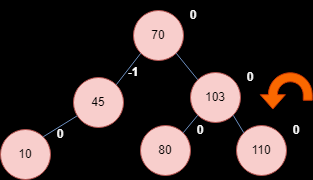
Earlier version of the draw.io export arbolBin.png (AnaTuPatrona/pepito). Source tidied: cells renumbered, new cells last; positions are measured from the earlier drawing's top-left corner, leaving out a move shared by most shapes.
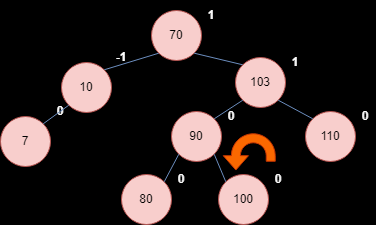
Later version of the same file.

Change to the diagram source:
```diff
@@ -6,7 +6,7 @@
       <mxGeometry relative="1" as="geometry" />
     </mxCell>
     <mxCell id="3" style="group;" parent="1" vertex="1">
-      <mxGeometry x="140" y="115" width="70" height="60" as="geometry" />
+      <mxGeometry x="103" y="164" width="70" height="60" as="geometry" />
     </mxCell>
     <mxCell id="4" value="80" style="ellipse;whiteSpace=wrap;html=1;fillColor=#f8cecc;strokeColor=#b85450;" parent="3" vertex="1">
       <mxGeometry y="10" width="50" height="50" as="geometry" />
@@ -15,9 +15,9 @@
       <mxGeometry x="50" width="20" height="30" as="geometry" />
     </mxCell>
     <mxCell id="6" style="group;" parent="1" vertex="1">
-      <mxGeometry x="73" y="57" width="70" height="70" as="geometry" />
+      <mxGeometry x="43" y="42" width="70" height="70" as="geometry" />
     </mxCell>
-    <mxCell id="7" value="45" style="ellipse;whiteSpace=wrap;html=1;fillColor=#f8cecc;strokeColor=#b85450;" parent="6" vertex="1">
+    <mxCell id="7" value="10" style="ellipse;whiteSpace=wrap;html=1;fillColor=#f8cecc;strokeColor=#b85450;" parent="6" vertex="1">
       <mxGeometry y="20" width="50" height="50" as="geometry" />
     </mxCell>
     <mxCell id="8" value="-1" style="text;html=1;align=center;verticalAlign=middle;whiteSpace=wrap;rounded=0;fontFamily=Helvetica;fontSize=12;fontColor=#FFFFFF;glass=0;shadow=0;dashed=1;dashPattern=8 8;strokeColor=none;fontStyle=1;" parent="6" vertex="1">
@@ -29,44 +29,32 @@
     <mxCell id="10" value="70" style="ellipse;whiteSpace=wrap;html=1;fillColor=#f8cecc;strokeColor=#b85450;" parent="9" vertex="1">
       <mxGeometry y="10" width="50" height="50" as="geometry" />
     </mxCell>
-    <mxCell id="11" value="0" style="text;html=1;align=center;verticalAlign=middle;whiteSpace=wrap;rounded=0;fontFamily=Helvetica;fontSize=12;glass=0;shadow=0;dashed=1;dashPattern=8 8;fontStyle=1;fontColor=#FAFAFA;" parent="9" vertex="1">
+    <mxCell id="11" value="1" style="text;html=1;align=center;verticalAlign=middle;whiteSpace=wrap;rounded=0;fontFamily=Helvetica;fontSize=12;glass=0;shadow=0;dashed=1;dashPattern=8 8;fontStyle=1;fontColor=#FAFAFA;" parent="9" vertex="1">
       <mxGeometry x="50" width="20" height="30" as="geometry" />
     </mxCell>
     <mxCell id="12" style="endArrow=none;html=1;rounded=0;fontFamily=Helvetica;fontSize=12;fontColor=default;exitX=1;exitY=1;exitDx=0;exitDy=0;fillColor=#dae8fc;strokeColor=#6c8ebf;entryX=0;entryY=0;entryDx=0;entryDy=0;" parent="1" edge="1" source="10" target="16">
       <mxGeometry relative="1" as="geometry" />
     </mxCell>
     <mxCell id="13" style="html=1;shadow=0;dashed=0;align=center;verticalAlign=middle;shape=mxgraph.arrows2.uTurnArrow;dy=4.5;arrowHead=25.23;dx2=14.37;strokeColor=#C73500;fontFamily=Helvetica;fontSize=12;fontColor=#000000;fillColor=#fa6800;rotation=90;flipH=0;flipV=1;" parent="1" vertex="1">
-      <mxGeometry x="272" y="60" width="27.5" height="52" as="geometry" />
+      <mxGeometry x="217" y="121" width="27.5" height="52" as="geometry" />
     </mxCell>
     <mxCell id="14" style="edgeStyle=orthogonalEdgeStyle;rounded=0;jettySize=auto;html=1;fontFamily=Helvetica;fontSize=12;fontColor=#FAFAFA;strokeColor=none;" parent="1" edge="1" source="8" target="10">
       <mxGeometry relative="1" as="geometry" />
     </mxCell>
     <mxCell id="15" style="group;" parent="1" vertex="1">
-      <mxGeometry x="190" y="62" width="70" height="60" as="geometry" />
+      <mxGeometry x="217" y="47" width="70" height="60" as="geometry" />
     </mxCell>
     <mxCell id="16" value="103" style="ellipse;whiteSpace=wrap;html=1;fillColor=#f8cecc;strokeColor=#b85450;" parent="15" vertex="1">
       <mxGeometry y="10" width="50" height="50" as="geometry" />
     </mxCell>
-    <mxCell id="17" value="0" style="text;html=1;align=center;verticalAlign=middle;whiteSpace=wrap;rounded=0;fontFamily=Helvetica;fontSize=12;glass=0;shadow=0;dashed=1;dashPattern=8 8;fontStyle=1;fontColor=#FAFAFA;" parent="15" vertex="1">
+    <mxCell id="17" value="1" style="text;html=1;align=center;verticalAlign=middle;whiteSpace=wrap;rounded=0;fontFamily=Helvetica;fontSize=12;glass=0;shadow=0;dashed=1;dashPattern=8 8;fontStyle=1;fontColor=#FAFAFA;" parent="15" vertex="1">
       <mxGeometry x="50" width="20" height="30" as="geometry" />
     </mxCell>
-    <mxCell id="18" style="endArrow=none;html=1;rounded=0;fontFamily=Helvetica;fontSize=12;fontColor=default;exitX=1;exitY=0;exitDx=0;exitDy=0;fillColor=#dae8fc;strokeColor=#6c8ebf;entryX=0;entryY=1;entryDx=0;entryDy=0;" parent="1" edge="1" source="4" target="16">
+    <mxCell id="18" style="endArrow=none;html=1;rounded=0;fontFamily=Helvetica;fontSize=12;fontColor=default;fillColor=#dae8fc;strokeColor=#6c8ebf;entryX=0;entryY=1;entryDx=0;entryDy=0;exitX=1;exitY=0;exitDx=0;exitDy=0;" parent="1" edge="1" source="32" target="16">
       <mxGeometry relative="1" as="geometry" />
     </mxCell>
-    <mxCell id="19" style="group;" parent="1" vertex="1">
-      <mxGeometry y="119" width="70" height="60" as="geometry" />
-    </mxCell>
-    <mxCell id="20" value="10" style="ellipse;whiteSpace=wrap;html=1;fillColor=#f8cecc;strokeColor=#b85450;" parent="19" vertex="1">
-      <mxGeometry y="10" width="50" height="50" as="geometry" />
-    </mxCell>
-    <mxCell id="21" value="0" style="text;html=1;align=center;verticalAlign=middle;whiteSpace=wrap;rounded=0;fontFamily=Helvetica;fontSize=12;glass=0;shadow=0;dashed=1;dashPattern=8 8;fontStyle=1;fontColor=#FAFAFA;" parent="19" vertex="1">
-      <mxGeometry x="50" width="20" height="30" as="geometry" />
-    </mxCell>
-    <mxCell id="22" style="endArrow=none;html=1;rounded=0;fontFamily=Helvetica;fontSize=12;fontColor=default;fillColor=#dae8fc;strokeColor=#6c8ebf;entryX=1;entryY=0;entryDx=0;entryDy=0;" parent="1" edge="1" source="7" target="20">
-      <mxGeometry relative="1" as="geometry" />
-    </mxCell>
     <mxCell id="23" style="group;" parent="1" vertex="1">
-      <mxGeometry x="236" y="115" width="70" height="60" as="geometry" />
+      <mxGeometry x="287" y="101" width="70" height="60" as="geometry" />
     </mxCell>
     <mxCell id="24" value="110" style="ellipse;whiteSpace=wrap;html=1;fillColor=#f8cecc;strokeColor=#b85450;" parent="23" vertex="1">
       <mxGeometry y="10" width="50" height="50" as="geometry" />
@@ -77,5 +65,41 @@
     <mxCell id="26" style="endArrow=none;html=1;rounded=0;fontFamily=Helvetica;fontSize=12;fontColor=default;exitX=1;exitY=1;exitDx=0;exitDy=0;fillColor=#dae8fc;strokeColor=#6c8ebf;entryX=0;entryY=0;entryDx=0;entryDy=0;" parent="1" edge="1" source="16" target="24">
       <mxGeometry relative="1" as="geometry" />
     </mxCell>
+    <mxCell id="27" style="group;" parent="1" vertex="1">
+      <mxGeometry x="-18" y="96" width="70" height="70" as="geometry" />
+    </mxCell>
+    <mxCell id="28" value="7" style="ellipse;whiteSpace=wrap;html=1;fillColor=#f8cecc;strokeColor=#b85450;" parent="27" vertex="1">
+      <mxGeometry y="20" width="50" height="50" as="geometry" />
+    </mxCell>
+    <mxCell id="29" value="0" style="text;html=1;align=center;verticalAlign=middle;whiteSpace=wrap;rounded=0;fontFamily=Helvetica;fontSize=12;fontColor=#FFFFFF;glass=0;shadow=0;dashed=1;dashPattern=8 8;strokeColor=none;fontStyle=1;" parent="27" vertex="1">
+      <mxGeometry x="50" width="20" height="30" as="geometry" />
+    </mxCell>
+    <mxCell id="30" style="endArrow=none;html=1;rounded=0;fontFamily=Helvetica;fontSize=12;fontColor=default;entryX=1;entryY=0;entryDx=0;entryDy=0;fillColor=#dae8fc;strokeColor=#6c8ebf;exitX=0;exitY=1;exitDx=0;exitDy=0;" parent="1" edge="1" source="7" target="28">
+      <mxGeometry relative="1" as="geometry" />
+    </mxCell>
+    <mxCell id="31" style="group;" parent="1" vertex="1">
+      <mxGeometry x="153" y="101" width="70" height="60" as="geometry" />
+    </mxCell>
+    <mxCell id="32" value="90" style="ellipse;whiteSpace=wrap;html=1;fillColor=#f8cecc;strokeColor=#b85450;" parent="31" vertex="1">
+      <mxGeometry y="10" width="50" height="50" as="geometry" />
+    </mxCell>
+    <mxCell id="33" value="0" style="text;html=1;align=center;verticalAlign=middle;whiteSpace=wrap;rounded=0;fontFamily=Helvetica;fontSize=12;glass=0;shadow=0;dashed=1;dashPattern=8 8;fontStyle=1;fontColor=#FAFAFA;" parent="31" vertex="1">
+      <mxGeometry x="50" width="20" height="30" as="geometry" />
+    </mxCell>
+    <mxCell id="34" style="endArrow=none;html=1;rounded=0;fontFamily=Helvetica;fontSize=12;fontColor=default;exitX=1;exitY=0;exitDx=0;exitDy=0;fillColor=#dae8fc;strokeColor=#6c8ebf;entryX=0;entryY=1;entryDx=0;entryDy=0;" parent="1" edge="1" source="4" target="32">
+      <mxGeometry relative="1" as="geometry" />
+    </mxCell>
+    <mxCell id="35" style="group;" parent="1" vertex="1">
+      <mxGeometry x="200" y="164" width="70" height="60" as="geometry" />
+    </mxCell>
+    <mxCell id="36" value="100" style="ellipse;whiteSpace=wrap;html=1;fillColor=#f8cecc;strokeColor=#b85450;" parent="35" vertex="1">
+      <mxGeometry y="10" width="50" height="50" as="geometry" />
+    </mxCell>
+    <mxCell id="37" value="0" style="text;html=1;align=center;verticalAlign=middle;whiteSpace=wrap;rounded=0;fontFamily=Helvetica;fontSize=12;glass=0;shadow=0;dashed=1;dashPattern=8 8;fontStyle=1;fontColor=#FAFAFA;" parent="35" vertex="1">
+      <mxGeometry x="50" width="20" height="30" as="geometry" />
+    </mxCell>
+    <mxCell id="38" style="endArrow=none;html=1;rounded=0;fontFamily=Helvetica;fontSize=12;fontColor=default;exitX=1;exitY=1;exitDx=0;exitDy=0;fillColor=#dae8fc;strokeColor=#6c8ebf;entryX=0;entryY=0;entryDx=0;entryDy=0;" parent="1" edge="1" source="32" target="36">
+      <mxGeometry relative="1" as="geometry" />
+    </mxCell>
   </root>
 </mxGraphModel>
```
